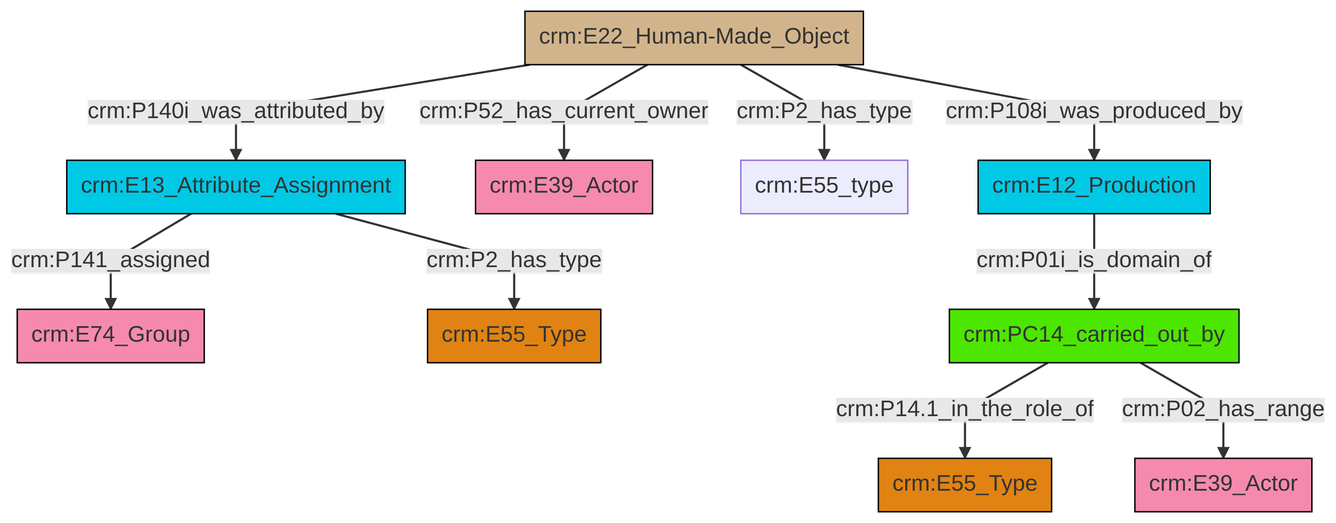
Earlier version of the Mermaid export et/builtWorkCSV/ttl/mmd/png/Built_Work_actor_relations.png (swiss-art-research-net/reference-data-models). Its source is kept beside it as et/builtWorkCSV/ttl/mmd/Built_Work_actor_relations.ttl.mmd.
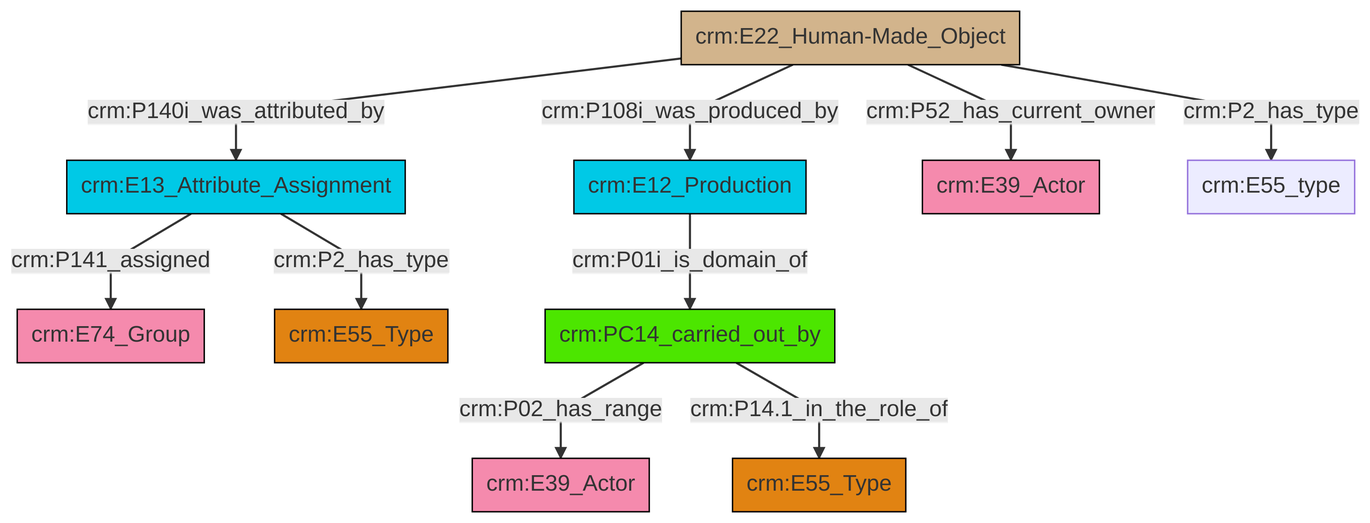
The same diagram one commit later.

What changed in the source:
```diff
@@ -13,12 +13,12 @@
 classDef PC_Classes fill:#4ce600, stroke:#000000;
 classDef Multi fill:#cccccc,stroke:#000000;
 
-0["crm:E13_Attribute_Assignment"]:::Temporal_Entity -->|crm:P141_assigned| 1["crm:E74_Group"]:::Actor
-7["crm:PC14_carried_out_by"]:::PC_Classes -->|crm:P14.1_in_the_role_of| 3["crm:E55_Type"]:::Type
-7["crm:PC14_carried_out_by"]:::PC_Classes -->|crm:P02_has_range| 11["crm:E39_Actor"]:::Actor
-0["crm:E13_Attribute_Assignment"]:::Temporal_Entity -->|crm:P2_has_type| 9["crm:E55_Type"]:::Type
-5["crm:E22_Human-Made_Object"]:::Physical_Thing -->|crm:P140i_was_attributed_by| 0["crm:E13_Attribute_Assignment"]:::Temporal_Entity
-5["crm:E22_Human-Made_Object"]:::Physical_Thing -->|crm:P52_has_current_owner| 15["crm:E39_Actor"]:::Actor
-5["crm:E22_Human-Made_Object"]:::Physical_Thing -->|crm:P2_has_type| 16["crm:E55_type"]:::Default
-12["crm:E12_Production"]:::Temporal_Entity -->|crm:P01i_is_domain_of| 7["crm:PC14_carried_out_by"]:::PC_Classes
-5["crm:E22_Human-Made_Object"]:::Physical_Thing -->|crm:P108i_was_produced_by| 12["crm:E12_Production"]:::Temporal_Entity
+2["crm:E13_Attribute_Assignment"]:::Temporal_Entity -->|crm:P141_assigned| 3["crm:E74_Group"]:::Actor
+2["crm:E13_Attribute_Assignment"]:::Temporal_Entity -->|crm:P2_has_type| 8["crm:E55_Type"]:::Type
+4["crm:E12_Production"]:::Temporal_Entity -->|crm:P01i_is_domain_of| 11["crm:PC14_carried_out_by"]:::PC_Classes
+9["crm:E22_Human-Made_Object"]:::Physical_Thing -->|crm:P140i_was_attributed_by| 2["crm:E13_Attribute_Assignment"]:::Temporal_Entity
+9["crm:E22_Human-Made_Object"]:::Physical_Thing -->|crm:P108i_was_produced_by| 4["crm:E12_Production"]:::Temporal_Entity
+9["crm:E22_Human-Made_Object"]:::Physical_Thing -->|crm:P52_has_current_owner| 6["crm:E39_Actor"]:::Actor
+9["crm:E22_Human-Made_Object"]:::Physical_Thing -->|crm:P2_has_type| 14["crm:E55_type"]:::Default
+11["crm:PC14_carried_out_by"]:::PC_Classes -->|crm:P02_has_range| 16["crm:E39_Actor"]:::Actor
+11["crm:PC14_carried_out_by"]:::PC_Classes -->|crm:P14.1_in_the_role_of| 0["crm:E55_Type"]:::Type
```
